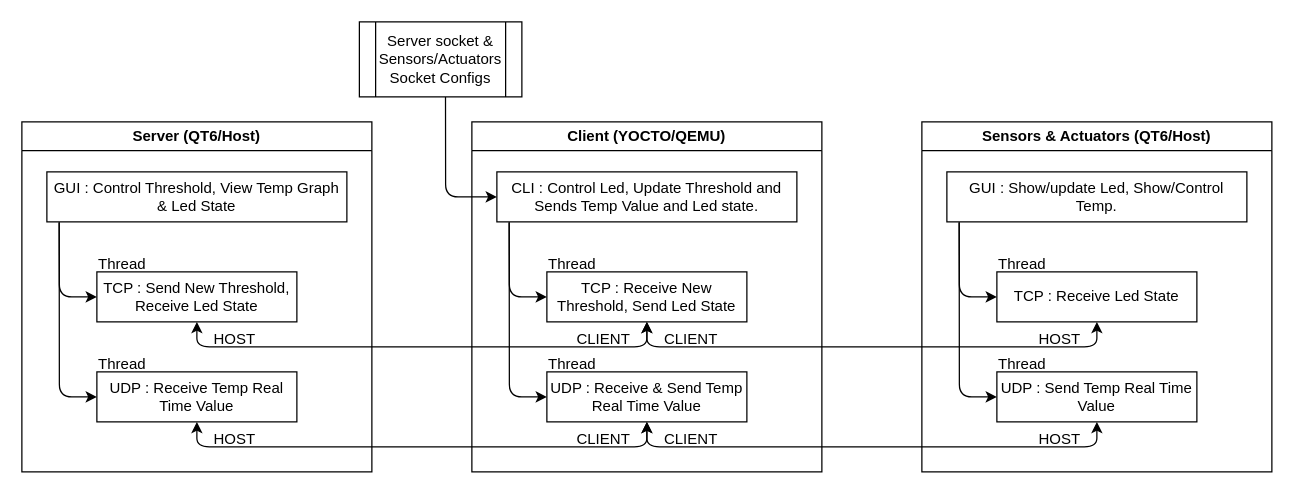
Earlier version of the draw.io diagram Modern_Cpp_Project/structure.dio (salah0eldin/Embedded_Linux_Diploma_Projects). Source tidied: cells renumbered, new cells numbered last; positions are measured from the earlier drawing's top-left corner, leaving out a move shared by most shapes. Both pictures are drawn from the tidied source at 125%, with x=0, y=0 at pixel (21, 21).
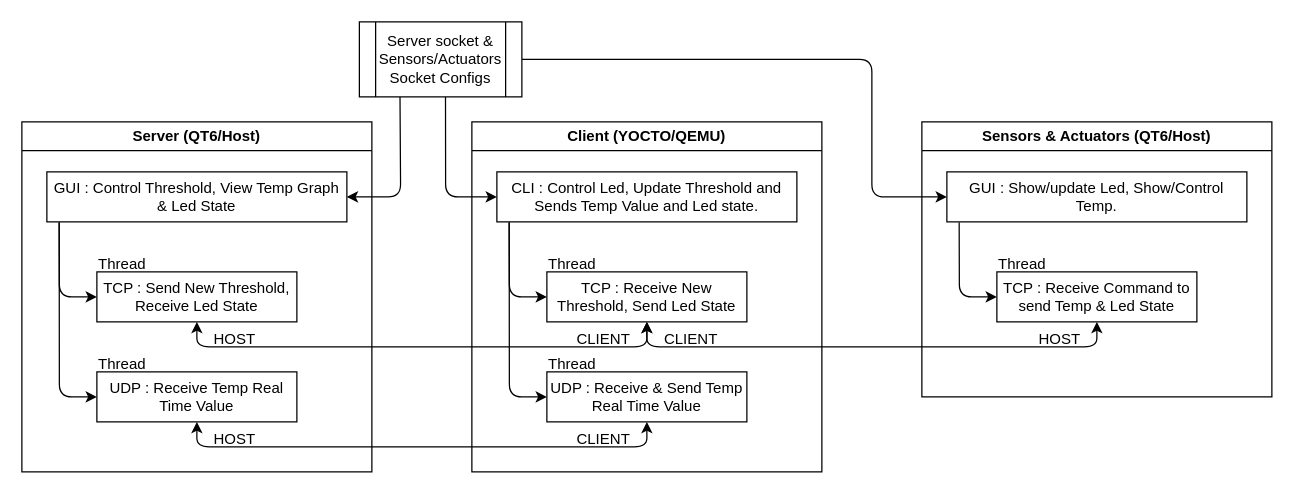
The same page after the edit.

The change refers to these unchanged cells:
```xml
<mxCell id="5" value="GUI : Control Threshold, View Temp Graph &amp;amp; Led State" style="rounded=0;whiteSpace=wrap;html=1;" parent="2" vertex="1">
  <mxGeometry x="20" y="40" width="240" height="40" as="geometry" />
</mxCell>
<mxCell id="13" value="Client (YOCTO/QEMU)" style="swimlane;whiteSpace=wrap;html=1;" parent="1" vertex="1">
  <mxGeometry x="360" y="80" width="280" height="280" as="geometry" />
</mxCell>
<mxCell id="29" value="GUI : Show/update Led, Show/Control Temp." style="rounded=0;whiteSpace=wrap;html=1;" parent="26" vertex="1">
  <mxGeometry x="20" y="40" width="240" height="40" as="geometry" />
</mxCell>
<mxCell id="39" value="Server socket &amp;amp;&lt;div&gt;Sensors/Actuators Socket Configs&lt;/div&gt;" style="shape=process;whiteSpace=wrap;html=1;backgroundOutline=1;" parent="1" vertex="1">
  <mxGeometry x="270" width="130" height="60" as="geometry" />
</mxCell>
```

The edit, as a diff of the source:
```diff
@@
-    <mxCell id="22" value="CLIENT" style="text;html=1;align=center;verticalAlign=middle;strokeColor=none;fillColor=none;" parent="13" vertex="1">
-      <mxGeometry x="140" y="239" width="70" height="30" as="geometry" />
-    </mxCell>
@@
     <mxCell id="26" value="Sensors &amp;amp; Actuators (QT6/Host)" style="swimlane;whiteSpace=wrap;html=1;" parent="1" vertex="1">
-      <mxGeometry x="720" y="80" width="280" height="280" as="geometry" />
+      <mxGeometry x="720" y="80" width="280" height="220" as="geometry" />
     </mxCell>
@@
-    <mxCell id="28" style="edgeStyle=none;html=1;exitX=0.041;exitY=1.008;exitDx=0;exitDy=0;entryX=0;entryY=0.5;entryDx=0;entryDy=0;exitPerimeter=0;" parent="26" edge="1" source="29" target="31">
-      <mxGeometry relative="1" as="geometry">
-        <Array as="points">
-          <mxPoint x="30" y="220" />
-        </Array>
-      </mxGeometry>
-    </mxCell>
@@
-    <mxCell id="30" value="TCP : Receive Led State" style="whiteSpace=wrap;html=1;rounded=0;" parent="26" vertex="1">
+    <mxCell id="30" value="TCP : Receive Command to send Temp &amp;amp; Led State" style="whiteSpace=wrap;html=1;rounded=0;" parent="26" vertex="1">
       <mxGeometry x="60" y="120" width="160" height="40" as="geometry" />
     </mxCell>
-    <mxCell id="31" value="&lt;span style=&quot;color: rgb(0, 0, 0);&quot;&gt;UDP : Send Temp Real Time Value&lt;/span&gt;" style="whiteSpace=wrap;html=1;" parent="26" vertex="1">
-      <mxGeometry x="60" y="200" width="160" height="40" as="geometry" />
-    </mxCell>
@@
-    <mxCell id="34" value="HOST" style="text;html=1;align=center;verticalAlign=middle;strokeColor=none;fillColor=none;" parent="26" vertex="1">
-      <mxGeometry x="80" y="239" width="60" height="30" as="geometry" />
-    </mxCell>
@@
-    <mxCell id="36" value="Thread" style="text;html=1;align=center;verticalAlign=middle;strokeColor=none;fillColor=none;" parent="26" vertex="1">
-      <mxGeometry x="50" y="179" width="60" height="30" as="geometry" />
-    </mxCell>
-    <mxCell id="37" style="endArrow=classic;startArrow=classic;html=1;exitX=0.5;exitY=1;exitDx=0;exitDy=0;entryX=0.5;entryY=1;entryDx=0;entryDy=0;" parent="1" edge="1">
-      <mxGeometry relative="1" as="geometry">
-        <mxPoint x="500" y="320" as="sourcePoint" />
-        <mxPoint x="860" y="320" as="targetPoint" />
-        <Array as="points">
-          <mxPoint x="500" y="340" />
-          <mxPoint x="860" y="340" />
-        </Array>
-      </mxGeometry>
-    </mxCell>
@@
+    <mxCell id="40" style="edgeStyle=none;html=1;exitX=0.25;exitY=1;exitDx=0;exitDy=0;entryX=1;entryY=0.5;entryDx=0;entryDy=0;" parent="1" edge="1" source="39" target="5">
+      <mxGeometry relative="1" as="geometry">
+        <Array as="points">
+          <mxPoint x="303" y="140" />
+        </Array>
+      </mxGeometry>
+    </mxCell>
+    <mxCell id="41" style="edgeStyle=none;html=1;exitX=1;exitY=0.5;exitDx=0;exitDy=0;entryX=0;entryY=0.5;entryDx=0;entryDy=0;" parent="1" edge="1" source="39" target="29">
+      <mxGeometry relative="1" as="geometry">
+        <Array as="points">
+          <mxPoint x="680" y="30" />
+          <mxPoint x="680" y="140" />
+        </Array>
+      </mxGeometry>
+    </mxCell>
```
